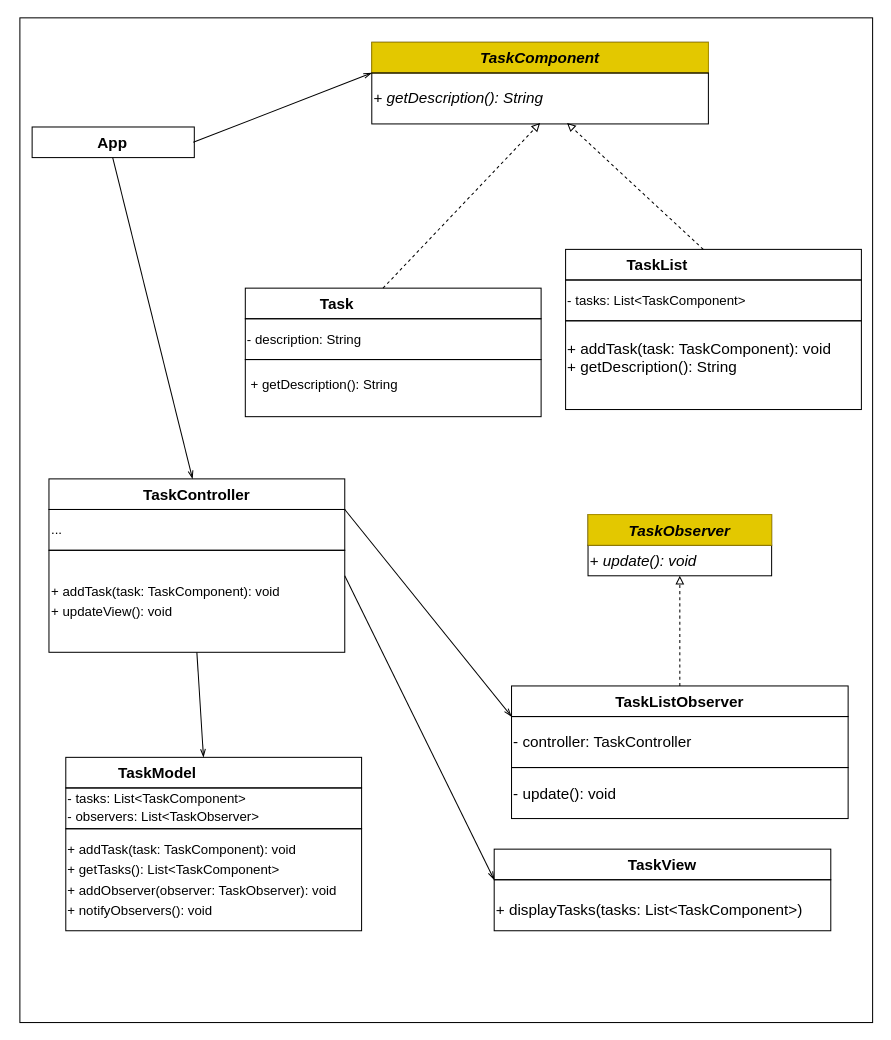
This is Engenharia de Software 3/mvc/mvc.drawio from Simonehk/Bertoti, a draw.io file, before an edit. Source tidied: cells renumbered, new cells numbered last; positions are measured from the earlier drawing's top-left corner, leaving out a move shared by most shapes. Both pictures are drawn from the tidied source at 102%, with x=0, y=0 at pixel (19, 17).
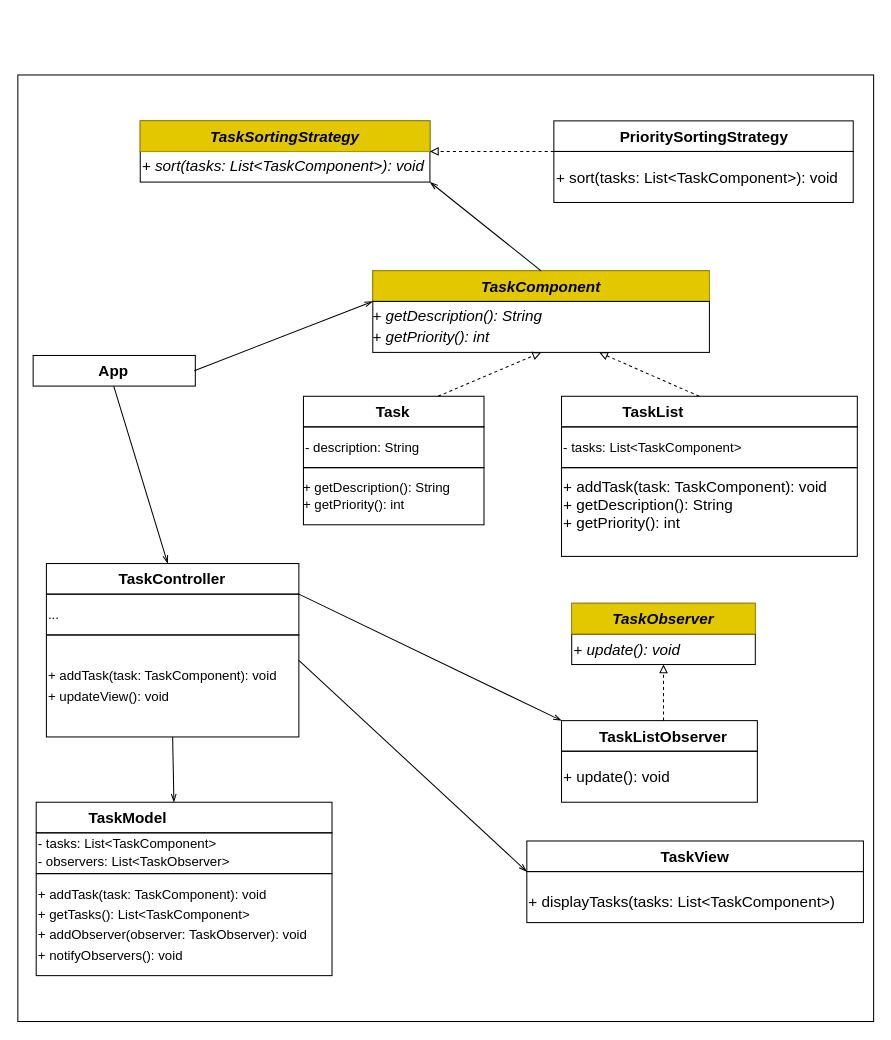
Above is the later version.

What changed in the source:
```diff
@@
     <mxCell id="2" style="rounded=0;whiteSpace=wrap;html=1;fillColor=none;strokeColor=#000000;" parent="1" vertex="1">
-      <mxGeometry x="45" y="725" width="290" height="30" as="geometry" />
+      <mxGeometry x="16" y="769" width="290" height="30" as="geometry" />
     </mxCell>
     <mxCell id="3" style="rounded=0;whiteSpace=wrap;html=1;fillColor=none;strokeColor=#000000;" parent="1" vertex="1">
-      <mxGeometry x="45" y="755" width="290" height="40" as="geometry" />
+      <mxGeometry x="16" y="799" width="290" height="40" as="geometry" />
     </mxCell>
     <mxCell id="4" value="TaskModel" style="text;html=1;strokeColor=none;fillColor=none;align=center;verticalAlign=middle;whiteSpace=wrap;rounded=0;fontColor=#000000;fontStyle=1;fontSize=15;" parent="1" vertex="1">
-      <mxGeometry x="45" y="725" width="180" height="30" as="geometry" />
+      <mxGeometry x="16" y="769" width="180" height="30" as="geometry" />
     </mxCell>
     <mxCell id="5" value="&lt;pre&gt;&lt;code style=&quot;font-size: 13px;&quot; class=&quot;!whitespace-pre hljs language-sql&quot;&gt;&lt;font style=&quot;font-size: 13px;&quot; face=&quot;Helvetica&quot; color=&quot;#000000&quot;&gt;&lt;span class=&quot;hljs-operator&quot;&gt;-&lt;/span&gt; tasks: List&lt;span class=&quot;hljs-operator&quot;&gt;&amp;lt;&lt;/span&gt;TaskComponent&lt;span class=&quot;hljs-operator&quot;&gt;&amp;gt;&lt;/span&gt;            &lt;br&gt;&lt;span class=&quot;hljs-operator&quot;&gt;-&lt;/span&gt; observers: List&lt;span class=&quot;hljs-operator&quot;&gt;&amp;lt;&lt;/span&gt;TaskObserver&lt;span class=&quot;hljs-operator&quot;&gt;&amp;gt;&lt;/span&gt;&lt;/font&gt;&lt;/code&gt;&lt;/pre&gt;" style="text;html=1;strokeColor=none;fillColor=none;align=left;verticalAlign=middle;whiteSpace=wrap;rounded=0;fontColor=#000000;fontStyle=0;fontSize=15;" parent="1" vertex="1">
-      <mxGeometry x="45" y="760" width="210" height="30" as="geometry" />
+      <mxGeometry x="16" y="804" width="210" height="30" as="geometry" />
     </mxCell>
     <mxCell id="6" style="rounded=0;whiteSpace=wrap;html=1;fillColor=none;strokeColor=#000000;" parent="1" vertex="1">
-      <mxGeometry x="557" y="487" width="180" height="30" as="geometry" />
+      <mxGeometry x="541" y="574" width="180" height="30" as="geometry" />
     </mxCell>
     <mxCell id="7" style="rounded=0;whiteSpace=wrap;html=1;fillColor=none;strokeColor=#000000;" parent="1" vertex="1">
-      <mxGeometry x="557" y="517" width="180" height="30" as="geometry" />
+      <mxGeometry x="541" y="604" width="180" height="30" as="geometry" />
     </mxCell>
     <mxCell id="8" value="TaskObserver" style="text;html=1;strokeColor=#B09500;fillColor=#e3c800;align=center;verticalAlign=middle;whiteSpace=wrap;rounded=0;fontStyle=3;fontSize=15;fontColor=#000000;" parent="1" vertex="1">
-      <mxGeometry x="557" y="487" width="180" height="30" as="geometry" />
+      <mxGeometry x="541" y="574" width="180" height="30" as="geometry" />
     </mxCell>
     <mxCell id="9" value="+ update(): void" style="text;html=1;strokeColor=none;fillColor=none;align=left;verticalAlign=middle;whiteSpace=wrap;rounded=0;fontColor=#000000;fontStyle=2;fontSize=15;" parent="1" vertex="1">
-      <mxGeometry x="557" y="517" width="180" height="30" as="geometry" />
+      <mxGeometry x="541" y="604" width="180" height="30" as="geometry" />
     </mxCell>
     <mxCell id="10" style="rounded=0;whiteSpace=wrap;html=1;fillColor=none;strokeColor=#000000;" parent="1" vertex="1">
-      <mxGeometry x="45" y="795" width="290" height="100" as="geometry" />
+      <mxGeometry x="16" y="839" width="290" height="100" as="geometry" />
     </mxCell>
     <mxCell id="11" value="&lt;pre&gt;&lt;font face=&quot;Helvetica&quot;&gt;&lt;span style=&quot;font-size: 13px;&quot;&gt;+ addTask(task: TaskComponent): void   &lt;br/&gt;+ getTasks(): List&amp;lt;TaskComponent&amp;gt;       &lt;br/&gt;+ addObserver(observer: TaskObserver): void&lt;br/&gt;+ notifyObservers(): void &lt;/span&gt;&lt;/font&gt;&lt;br&gt;&lt;/pre&gt;" style="text;html=1;strokeColor=none;fillColor=none;align=left;verticalAlign=middle;whiteSpace=wrap;rounded=0;fontColor=#000000;fontStyle=0;fontSize=15;" parent="1" vertex="1">
-      <mxGeometry x="45" y="795" width="290" height="100" as="geometry" />
+      <mxGeometry x="16" y="839" width="290" height="100" as="geometry" />
     </mxCell>
     <mxCell id="12" style="rounded=0;whiteSpace=wrap;html=1;fillColor=none;strokeColor=#000000;" parent="1" vertex="1">
-      <mxGeometry x="465" y="815" width="330" height="30" as="geometry" />
+      <mxGeometry x="497" y="807" width="330" height="30" as="geometry" />
     </mxCell>
     <mxCell id="13" value="TaskView" style="text;html=1;strokeColor=none;fillColor=none;align=center;verticalAlign=middle;whiteSpace=wrap;rounded=0;fontColor=#000000;fontStyle=1;fontSize=15;" parent="1" vertex="1">
-      <mxGeometry x="465" y="815" width="330" height="30" as="geometry" />
+      <mxGeometry x="497" y="807" width="330" height="30" as="geometry" />
     </mxCell>
     <mxCell id="14" style="rounded=0;whiteSpace=wrap;html=1;fillColor=none;strokeColor=#000000;" parent="1" vertex="1">
-      <mxGeometry x="465" y="845" width="330" height="50" as="geometry" />
+      <mxGeometry x="497" y="837" width="330" height="50" as="geometry" />
     </mxCell>
     <mxCell id="15" value="&lt;pre&gt;&lt;code&gt;&lt;font color=&quot;#000000&quot; face=&quot;Helvetica&quot;&gt;+ displayTasks(tasks: List&amp;lt;TaskComponent&amp;gt;)&lt;/font&gt;&lt;/code&gt;&lt;br&gt;&lt;/pre&gt;" style="text;html=1;strokeColor=none;fillColor=none;align=left;verticalAlign=middle;whiteSpace=wrap;rounded=0;fontColor=#000000;fontStyle=0;fontSize=15;" parent="1" vertex="1">
-      <mxGeometry x="465" y="845" width="330" height="60" as="geometry" />
+      <mxGeometry x="497" y="837" width="330" height="60" as="geometry" />
     </mxCell>
     <mxCell id="16" style="rounded=0;whiteSpace=wrap;html=1;fillColor=none;strokeColor=#000000;" parent="1" vertex="1">
-      <mxGeometry x="28.5" y="452" width="290" height="30" as="geometry" />
+      <mxGeometry x="26" y="535" width="247.5" height="30" as="geometry" />
     </mxCell>
     <mxCell id="17" style="rounded=0;whiteSpace=wrap;html=1;fillColor=none;strokeColor=#000000;" parent="1" vertex="1">
-      <mxGeometry x="28.5" y="482" width="290" height="40" as="geometry" />
+      <mxGeometry x="26" y="565" width="247.5" height="40" as="geometry" />
     </mxCell>
     <mxCell id="18" value="TaskController" style="text;html=1;strokeColor=none;fillColor=none;align=center;verticalAlign=middle;whiteSpace=wrap;rounded=0;fontColor=#000000;fontStyle=1;fontSize=15;" parent="1" vertex="1">
-      <mxGeometry x="28.5" y="452" width="289" height="30" as="geometry" />
+      <mxGeometry x="26" y="535" width="247" height="30" as="geometry" />
     </mxCell>
     <mxCell id="19" style="rounded=0;whiteSpace=wrap;html=1;fillColor=none;strokeColor=#000000;" parent="1" vertex="1">
-      <mxGeometry x="28.5" y="522" width="290" height="100" as="geometry" />
+      <mxGeometry x="26" y="605" width="247.5" height="100" as="geometry" />
     </mxCell>
@@
     <mxCell id="22" value="&lt;pre&gt;&lt;font face=&quot;Helvetica&quot;&gt;&lt;span style=&quot;font-size: 13px;&quot;&gt;+ addTask(task: TaskComponent): void&lt;br/&gt;+ updateView(): void&lt;/span&gt;&lt;/font&gt;&lt;br&gt;&lt;/pre&gt;" style="text;html=1;strokeColor=none;fillColor=none;align=left;verticalAlign=middle;whiteSpace=wrap;rounded=0;fontColor=#000000;fontStyle=0;fontSize=15;" parent="1" vertex="1">
-      <mxGeometry x="28.5" y="522" width="290" height="100" as="geometry" />
+      <mxGeometry x="26" y="605" width="247.5" height="100" as="geometry" />
     </mxCell>
     <mxCell id="23" style="rounded=0;whiteSpace=wrap;html=1;fillColor=none;strokeColor=#000000;" parent="1" vertex="1">
-      <mxGeometry x="345" y="24" width="330" height="30" as="geometry" />
+      <mxGeometry x="346" y="248" width="330" height="30" as="geometry" />
     </mxCell>
     <mxCell id="24" value="TaskComponent" style="text;html=1;strokeColor=#B09500;fillColor=#e3c800;align=center;verticalAlign=middle;whiteSpace=wrap;rounded=0;fontColor=#000000;fontStyle=3;fontSize=15;" parent="1" vertex="1">
-      <mxGeometry x="345" y="24" width="330" height="30" as="geometry" />
+      <mxGeometry x="346" y="248" width="330" height="30" as="geometry" />
     </mxCell>
     <mxCell id="25" style="rounded=0;whiteSpace=wrap;html=1;fillColor=none;strokeColor=#000000;" parent="1" vertex="1">
-      <mxGeometry x="345" y="54" width="330" height="50" as="geometry" />
+      <mxGeometry x="346" y="278" width="330" height="50" as="geometry" />
     </mxCell>
-    <mxCell id="26" value="&lt;pre&gt;&lt;font face=&quot;Helvetica&quot;&gt;+ getDescription(): String&lt;/font&gt;&lt;br&gt;&lt;/pre&gt;" style="text;html=1;strokeColor=none;fillColor=none;align=left;verticalAlign=middle;whiteSpace=wrap;rounded=0;fontColor=#000000;fontStyle=2;fontSize=15;" parent="1" vertex="1">
-      <mxGeometry x="345" y="54" width="330" height="49" as="geometry" />
+    <mxCell id="26" value="&lt;pre&gt;&lt;font face=&quot;Helvetica&quot;&gt;+ getDescription(): String&lt;br&gt;+ getPriority(): int&lt;/font&gt;&lt;br&gt;&lt;/pre&gt;" style="text;html=1;strokeColor=none;fillColor=none;align=left;verticalAlign=middle;whiteSpace=wrap;rounded=0;fontColor=#000000;fontStyle=2;fontSize=15;spacing=0;" parent="1" vertex="1">
+      <mxGeometry x="346" y="278" width="330" height="50" as="geometry" />
     </mxCell>
     <mxCell id="27" style="rounded=0;whiteSpace=wrap;html=1;fillColor=none;strokeColor=#000000;" parent="1" vertex="1">
-      <mxGeometry x="221" y="265" width="290" height="30" as="geometry" />
+      <mxGeometry x="278" y="371" width="177" height="30" as="geometry" />
     </mxCell>
     <mxCell id="28" style="rounded=0;whiteSpace=wrap;html=1;fillColor=none;strokeColor=#000000;" parent="1" vertex="1">
-      <mxGeometry x="221" y="295" width="290" height="40" as="geometry" />
+      <mxGeometry x="278" y="401" width="177" height="40" as="geometry" />
     </mxCell>
@@
     <mxCell id="30" value="Task" style="text;html=1;strokeColor=none;fillColor=none;align=center;verticalAlign=middle;whiteSpace=wrap;rounded=0;fontColor=#000000;fontStyle=1;fontSize=15;" parent="1" vertex="1">
-      <mxGeometry x="221" y="265" width="180" height="30" as="geometry" />
+      <mxGeometry x="278" y="371" width="176" height="30" as="geometry" />
     </mxCell>
     <mxCell id="31" value="&lt;pre&gt;&lt;font face=&quot;Helvetica&quot;&gt;&lt;span style=&quot;font-size: 13px;&quot;&gt;- description: String&lt;/span&gt;&lt;/font&gt;&lt;br&gt;&lt;/pre&gt;" style="text;html=1;strokeColor=none;fillColor=none;align=left;verticalAlign=middle;whiteSpace=wrap;rounded=0;fontColor=#000000;fontStyle=0;fontSize=15;" parent="1" vertex="1">
-      <mxGeometry x="221" y="300" width="210" height="30" as="geometry" />
+      <mxGeometry x="278" y="406" width="175" height="30" as="geometry" />
     </mxCell>
     <mxCell id="32" style="rounded=0;whiteSpace=wrap;html=1;fillColor=none;strokeColor=#000000;" parent="1" vertex="1">
-      <mxGeometry x="221" y="335" width="290" height="56" as="geometry" />
+      <mxGeometry x="278" y="441" width="177" height="56" as="geometry" />
     </mxCell>
-    <mxCell id="33" value="&lt;pre&gt;&lt;font face=&quot;Helvetica&quot;&gt;&lt;span style=&quot;font-size: 13px;&quot;&gt; + getDescription(): String&lt;/span&gt;&lt;/font&gt;&lt;br&gt;&lt;/pre&gt;" style="text;html=1;strokeColor=none;fillColor=none;align=left;verticalAlign=middle;whiteSpace=wrap;rounded=0;fontColor=#000000;fontStyle=0;fontSize=15;" parent="1" vertex="1">
-      <mxGeometry x="221" y="335" width="290" height="48" as="geometry" />
-    </mxCell>
     <mxCell id="34" style="rounded=0;whiteSpace=wrap;html=1;fillColor=none;strokeColor=#000000;" parent="1" vertex="1">
-      <mxGeometry x="535" y="227" width="290" height="30" as="geometry" />
+      <mxGeometry x="531" y="371" width="290" height="30" as="geometry" />
     </mxCell>
     <mxCell id="35" style="rounded=0;whiteSpace=wrap;html=1;fillColor=none;strokeColor=#000000;" parent="1" vertex="1">
-      <mxGeometry x="535" y="257" width="290" height="40" as="geometry" />
+      <mxGeometry x="531" y="401" width="290" height="40" as="geometry" />
     </mxCell>
@@
     <mxCell id="37" value="TaskList" style="text;html=1;strokeColor=none;fillColor=none;align=center;verticalAlign=middle;whiteSpace=wrap;rounded=0;fontColor=#000000;fontStyle=1;fontSize=15;" parent="1" vertex="1">
-      <mxGeometry x="535" y="227" width="180" height="30" as="geometry" />
+      <mxGeometry x="531" y="371" width="180" height="30" as="geometry" />
     </mxCell>
     <mxCell id="38" value="&lt;pre&gt;&lt;font face=&quot;Helvetica&quot;&gt;&lt;span style=&quot;font-size: 13px;&quot;&gt;- tasks: List&amp;lt;TaskComponent&amp;gt;&lt;/span&gt;&lt;/font&gt;&lt;br&gt;&lt;/pre&gt;" style="text;html=1;strokeColor=none;fillColor=none;align=left;verticalAlign=middle;whiteSpace=wrap;rounded=0;fontColor=#000000;fontStyle=0;fontSize=15;" parent="1" vertex="1">
-      <mxGeometry x="535" y="262" width="210" height="30" as="geometry" />
+      <mxGeometry x="531" y="406" width="210" height="30" as="geometry" />
     </mxCell>
     <mxCell id="39" style="rounded=0;whiteSpace=wrap;html=1;fillColor=none;strokeColor=#000000;" parent="1" vertex="1">
-      <mxGeometry x="535" y="297" width="290" height="87" as="geometry" />
+      <mxGeometry x="531" y="441" width="290" height="87" as="geometry" />
     </mxCell>
-    <mxCell id="40" value="+ addTask(task: TaskComponent): void&#10;+ getDescription(): String" style="text;html=1;strokeColor=none;fillColor=none;align=left;verticalAlign=middle;whiteSpace=wrap;rounded=0;fontColor=#000000;fontStyle=0;fontSize=15;" parent="1" vertex="1">
-      <mxGeometry x="535" y="300" width="288" height="65" as="geometry" />
+    <mxCell id="40" value="+ addTask(task: TaskComponent): void&lt;br&gt;+ getDescription(): String&lt;br&gt;+ getPriority(): int" style="text;html=1;strokeColor=none;fillColor=none;align=left;verticalAlign=middle;whiteSpace=wrap;rounded=0;fontColor=#000000;fontStyle=0;fontSize=15;" parent="1" vertex="1">
+      <mxGeometry x="531" y="444" width="288" height="65" as="geometry" />
     </mxCell>
     <mxCell id="41" style="rounded=0;whiteSpace=wrap;html=1;fillColor=none;strokeColor=#000000;" parent="1" vertex="1">
-      <mxGeometry x="482" y="655" width="330" height="30" as="geometry" />
+      <mxGeometry x="531" y="689" width="192" height="30" as="geometry" />
     </mxCell>
@@
     <mxCell id="43" value="TaskListObserver" style="text;html=1;strokeColor=none;fillColor=none;align=center;verticalAlign=middle;whiteSpace=wrap;rounded=0;fontColor=#000000;fontStyle=1;fontSize=15;" parent="1" vertex="1">
-      <mxGeometry x="482" y="655" width="330" height="30" as="geometry" />
+      <mxGeometry x="531" y="689" width="200" height="30" as="geometry" />
     </mxCell>
-    <mxCell id="44" style="rounded=0;whiteSpace=wrap;html=1;fillColor=none;strokeColor=#000000;" parent="1" vertex="1">
-      <mxGeometry x="482" y="685" width="330" height="50" as="geometry" />
-    </mxCell>
-    <mxCell id="45" value="&lt;pre&gt;&lt;font face=&quot;Helvetica&quot;&gt;- controller: TaskController&lt;/font&gt;&lt;/pre&gt;" style="text;html=1;strokeColor=none;fillColor=none;align=left;verticalAlign=middle;whiteSpace=wrap;rounded=0;fontColor=#000000;fontStyle=0;fontSize=15;" parent="1" vertex="1">
-      <mxGeometry x="482" y="685" width="330" height="49" as="geometry" />
-    </mxCell>
-    <mxCell id="46" style="edgeStyle=none;html=1;exitX=1;exitY=0;exitDx=0;exitDy=0;entryX=0;entryY=0;entryDx=0;entryDy=0;strokeColor=#000000;fontFamily=Helvetica;fontSize=14;fontColor=#000000;endArrow=openThin;endFill=0;" parent="1" edge="1" source="47" target="45">
+    <mxCell id="46" style="edgeStyle=none;html=1;exitX=1;exitY=0;exitDx=0;exitDy=0;strokeColor=#000000;fontFamily=Helvetica;fontSize=14;fontColor=#000000;endArrow=openThin;endFill=0;entryX=0;entryY=0;entryDx=0;entryDy=0;" parent="1" edge="1" source="47" target="43">
       <mxGeometry relative="1" as="geometry" />
     </mxCell>
     <mxCell id="47" value="&lt;pre&gt;&lt;font face=&quot;Helvetica&quot;&gt;&lt;span style=&quot;font-size: 13px;&quot;&gt;...&lt;/span&gt;&lt;/font&gt;&lt;/pre&gt;" style="text;html=1;strokeColor=none;fillColor=none;align=left;verticalAlign=middle;whiteSpace=wrap;rounded=0;fontColor=#000000;fontStyle=0;fontSize=15;" parent="1" vertex="1">
-      <mxGeometry x="28.5" y="482" width="290" height="40" as="geometry" />
+      <mxGeometry x="26" y="565" width="247.5" height="40" as="geometry" />
     </mxCell>
     <mxCell id="48" style="rounded=0;whiteSpace=wrap;html=1;fillColor=none;strokeColor=#000000;" parent="1" vertex="1">
-      <mxGeometry x="482" y="735" width="330" height="50" as="geometry" />
+      <mxGeometry x="531" y="719" width="192" height="50" as="geometry" />
     </mxCell>
-    <mxCell id="49" value="&lt;pre&gt;&lt;font face=&quot;Helvetica&quot;&gt;- update(): void&lt;/font&gt;&lt;/pre&gt;" style="text;html=1;strokeColor=none;fillColor=none;align=left;verticalAlign=middle;whiteSpace=wrap;rounded=0;fontColor=#000000;fontStyle=0;fontSize=15;" parent="1" vertex="1">
-      <mxGeometry x="482" y="736" width="330" height="49" as="geometry" />
+    <mxCell id="49" value="&lt;pre&gt;&lt;font face=&quot;Helvetica&quot;&gt;+ update(): void&lt;/font&gt;&lt;/pre&gt;" style="text;html=1;strokeColor=none;fillColor=none;align=left;verticalAlign=middle;whiteSpace=wrap;rounded=0;fontColor=#000000;fontStyle=0;fontSize=15;" parent="1" vertex="1">
+      <mxGeometry x="531" y="720" width="110" height="49" as="geometry" />
     </mxCell>
     <mxCell id="50" style="rounded=0;whiteSpace=wrap;html=1;fillColor=none;strokeColor=#000000;" parent="1" vertex="1">
-      <mxGeometry x="12" y="107" width="159" height="30" as="geometry" />
+      <mxGeometry x="13" y="331" width="159" height="30" as="geometry" />
     </mxCell>
@@
     <mxCell id="53" value="App" style="text;html=1;strokeColor=none;fillColor=none;align=center;verticalAlign=middle;whiteSpace=wrap;rounded=0;fontColor=#000000;fontStyle=1;fontSize=15;" parent="1" vertex="1">
-      <mxGeometry x="12" y="107" width="158" height="30" as="geometry" />
+      <mxGeometry x="13" y="331" width="158" height="30" as="geometry" />
     </mxCell>
-    <mxCell id="54" style="rounded=0;whiteSpace=wrap;html=1;fontFamily=Helvetica;fontSize=14;fontColor=#000000;fillColor=none;" parent="1" vertex="1">
-      <mxGeometry width="836" height="985" as="geometry" />
-    </mxCell>
+    <mxCell id="55" value="&lt;pre style=&quot;font-size: 13px;&quot;&gt;&lt;font style=&quot;font-size: 13px;&quot; face=&quot;Helvetica&quot;&gt;+ getDescription(): String&lt;br&gt;+ getPriority(): int&lt;/font&gt;&lt;br&gt;&lt;/pre&gt;" style="text;html=1;strokeColor=none;fillColor=none;align=left;verticalAlign=middle;whiteSpace=wrap;rounded=0;fontColor=#000000;fontStyle=0;fontSize=15;spacing=0;" parent="1" vertex="1">
+      <mxGeometry x="278" y="444" width="175" height="50" as="geometry" />
+    </mxCell>
+    <mxCell id="56" style="rounded=0;whiteSpace=wrap;html=1;fillColor=none;strokeColor=#000000;" parent="1" vertex="1">
+      <mxGeometry x="118" y="101" width="284" height="30" as="geometry" />
+    </mxCell>
+    <mxCell id="57" style="rounded=0;whiteSpace=wrap;html=1;fillColor=none;strokeColor=#000000;" parent="1" vertex="1">
+      <mxGeometry x="118" y="131" width="284" height="30" as="geometry" />
+    </mxCell>
+    <mxCell id="58" value="TaskSortingStrategy" style="text;html=1;strokeColor=#B09500;fillColor=#e3c800;align=center;verticalAlign=middle;whiteSpace=wrap;rounded=0;fontStyle=3;fontSize=15;fontColor=#000000;" parent="1" vertex="1">
+      <mxGeometry x="118" y="101" width="284" height="30" as="geometry" />
+    </mxCell>
+    <mxCell id="59" value="&lt;pre style=&quot;&quot;&gt;&lt;font face=&quot;Helvetica&quot;&gt;+ sort(tasks: List&amp;lt;TaskComponent&amp;gt;): void &lt;/font&gt;&lt;/pre&gt;" style="text;html=1;strokeColor=none;fillColor=none;align=left;verticalAlign=middle;whiteSpace=wrap;rounded=0;fontColor=#000000;fontStyle=2;fontSize=15;" parent="1" vertex="1">
+      <mxGeometry x="118" y="131" width="284" height="30" as="geometry" />
+    </mxCell>
+    <mxCell id="60" style="rounded=0;whiteSpace=wrap;html=1;fillColor=none;strokeColor=#000000;" parent="1" vertex="1">
+      <mxGeometry x="523.5" y="101" width="293.5" height="30" as="geometry" />
+    </mxCell>
+    <mxCell id="61" style="edgeStyle=none;html=1;exitX=0;exitY=1;exitDx=0;exitDy=0;entryX=1;entryY=0;entryDx=0;entryDy=0;dashed=1;strokeColor=#000000;fontFamily=Helvetica;fontSize=14;fontColor=#000000;endArrow=block;endFill=0;" parent="1" edge="1" source="62" target="57">
+      <mxGeometry relative="1" as="geometry" />
+    </mxCell>
+    <mxCell id="62" value="PrioritySortingStrategy" style="text;html=1;strokeColor=none;fillColor=none;align=center;verticalAlign=middle;whiteSpace=wrap;rounded=0;fontColor=#000000;fontStyle=1;fontSize=15;" parent="1" vertex="1">
+      <mxGeometry x="523.5" y="101" width="293.5" height="30" as="geometry" />
+    </mxCell>
+    <mxCell id="63" style="rounded=0;whiteSpace=wrap;html=1;fillColor=none;strokeColor=#000000;" parent="1" vertex="1">
+      <mxGeometry x="523.5" y="131" width="293.5" height="50" as="geometry" />
+    </mxCell>
+    <mxCell id="64" style="edgeStyle=none;html=1;exitX=1;exitY=1;exitDx=0;exitDy=0;entryX=0.5;entryY=0;entryDx=0;entryDy=0;fontSize=13;strokeColor=#000000;endArrow=none;endFill=0;startArrow=openThin;startFill=0;" parent="1" edge="1" source="59" target="24">
+      <mxGeometry relative="1" as="geometry" />
+    </mxCell>
+    <mxCell id="65" value="&lt;pre&gt;&lt;font face=&quot;Helvetica&quot;&gt;+ sort(tasks: List&amp;lt;TaskComponent&amp;gt;): void &lt;/font&gt;&lt;br&gt;&lt;/pre&gt;" style="text;html=1;strokeColor=none;fillColor=none;align=left;verticalAlign=middle;whiteSpace=wrap;rounded=0;fontColor=#000000;fontStyle=0;fontSize=15;" parent="1" vertex="1">
+      <mxGeometry x="523.5" y="132" width="292.5" height="49" as="geometry" />
+    </mxCell>
+    <mxCell id="66" style="rounded=0;whiteSpace=wrap;html=1;fontSize=13;fillColor=none;" parent="1" vertex="1">
+      <mxGeometry x="-2" y="56" width="839" height="928" as="geometry" />
+    </mxCell>
```
